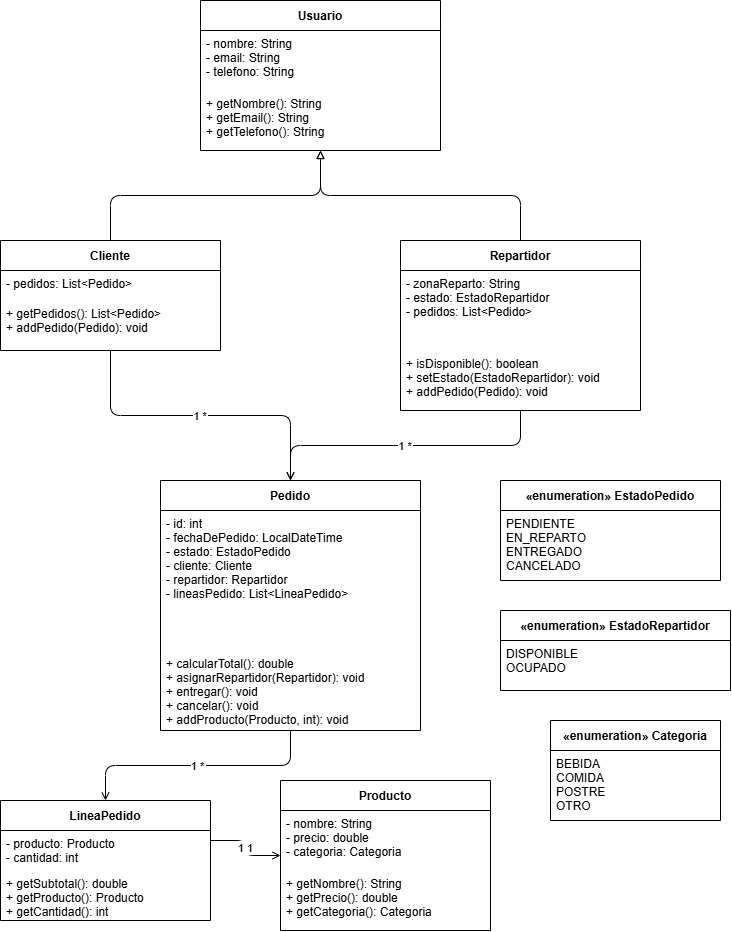
Earlier version of the draw.io export EntregaIDE_INS.drawio.png (isabellanottaro/EntregaIDE). Source tidied: cells renumbered, new cells last; positions are measured from the earlier drawing's top-left corner, leaving out a move shared by most shapes. The source it was exported from:
```xml
<mxGraphModel>
  <root>
    <mxCell id="0" />
    <mxCell id="1" parent="0" />
    <mxCell id="2" value="Usuario" style="swimlane;startSize=30;fontStyle=1;" parent="1" vertex="1">
      <mxGeometry x="200" width="240" height="150" as="geometry" />
    </mxCell>
    <mxCell id="3" value="- nombre: String&#10;- email: String&#10;- telefono: String" style="text;align=left;spacingLeft=4;" parent="2" vertex="1">
      <mxGeometry y="30" width="240" height="60" as="geometry" />
    </mxCell>
    <mxCell id="4" value="+ getNombre(): String&#10;+ getEmail(): String&#10;+ getTelefono(): String" style="text;align=left;spacingLeft=4;" parent="2" vertex="1">
      <mxGeometry y="90" width="240" height="40" as="geometry" />
    </mxCell>
    <mxCell id="5" value="Cliente" style="swimlane;startSize=30;" parent="1" vertex="1">
      <mxGeometry y="240" width="220" height="110" as="geometry" />
    </mxCell>
    <mxCell id="6" value="- pedidos: List&lt;Pedido&gt;" style="text;align=left;spacingLeft=4;" parent="5" vertex="1">
      <mxGeometry y="30" width="220" height="30" as="geometry" />
    </mxCell>
    <mxCell id="7" value="+ getPedidos(): List&lt;Pedido&gt;&#10;+ addPedido(Pedido): void" style="text;align=left;spacingLeft=4;" parent="5" vertex="1">
      <mxGeometry y="60" width="220" height="50" as="geometry" />
    </mxCell>
    <mxCell id="8" value="Repartidor" style="swimlane;startSize=30;" parent="1" vertex="1">
      <mxGeometry x="400" y="240" width="240" height="170" as="geometry" />
    </mxCell>
    <mxCell id="9" value="- zonaReparto: String&#10;- estado: EstadoRepartidor&#10;- pedidos: List&lt;Pedido&gt;" style="text;align=left;spacingLeft=4;" parent="8" vertex="1">
      <mxGeometry y="30" width="240" height="60" as="geometry" />
    </mxCell>
    <mxCell id="10" value="+ isDisponible(): boolean&#10;+ setEstado(EstadoRepartidor): void&#10;+ addPedido(Pedido): void" style="text;align=left;spacingLeft=4;" parent="8" vertex="1">
      <mxGeometry y="110" width="240" height="60" as="geometry" />
    </mxCell>
    <mxCell id="11" value="Pedido" style="swimlane;startSize=30;" parent="1" vertex="1">
      <mxGeometry x="160" y="480" width="260" height="250" as="geometry" />
    </mxCell>
    <mxCell id="12" value="- id: int&#10;- fechaDePedido: LocalDateTime&#10;- estado: EstadoPedido&#10;- cliente: Cliente&#10;- repartidor: Repartidor&#10;- lineasPedido: List&lt;LineaPedido&gt;" style="text;align=left;spacingLeft=4;" parent="11" vertex="1">
      <mxGeometry y="30" width="260" height="100" as="geometry" />
    </mxCell>
    <mxCell id="13" value="+ calcularTotal(): double&#10;+ asignarRepartidor(Repartidor): void&#10;+ entregar(): void&#10;+ cancelar(): void&#10;+ addProducto(Producto, int): void" style="text;align=left;spacingLeft=4;" parent="11" vertex="1">
      <mxGeometry y="170" width="260" height="80" as="geometry" />
    </mxCell>
    <mxCell id="14" value="LineaPedido" style="swimlane;startSize=30;" parent="1" vertex="1">
      <mxGeometry y="800" width="210" height="120" as="geometry" />
    </mxCell>
    <mxCell id="15" value="- producto: Producto&#10;- cantidad: int" style="text;align=left;spacingLeft=4;" parent="14" vertex="1">
      <mxGeometry y="30" width="210" height="40" as="geometry" />
    </mxCell>
    <mxCell id="16" value="+ getSubtotal(): double&#10;+ getProducto(): Producto&#10;+ getCantidad(): int" style="text;align=left;spacingLeft=4;" parent="14" vertex="1">
      <mxGeometry y="70" width="210" height="50" as="geometry" />
    </mxCell>
    <mxCell id="17" value="Producto" style="swimlane;startSize=30;" parent="1" vertex="1">
      <mxGeometry x="280" y="780" width="210" height="150" as="geometry" />
    </mxCell>
    <mxCell id="18" value="- nombre: String&#10;- precio: double&#10;- categoria: Categoria" style="text;align=left;spacingLeft=4;" parent="17" vertex="1">
      <mxGeometry y="30" width="210" height="60" as="geometry" />
    </mxCell>
    <mxCell id="19" value="+ getNombre(): String&#10;+ getPrecio(): double&#10;+ getCategoria(): Categoria" style="text;align=left;spacingLeft=4;" parent="17" vertex="1">
      <mxGeometry y="90" width="210" height="60" as="geometry" />
    </mxCell>
    <mxCell id="20" value="«enumeration» EstadoPedido" style="swimlane;startSize=30;" parent="1" vertex="1">
      <mxGeometry x="500" y="480" width="220" height="100" as="geometry" />
    </mxCell>
    <mxCell id="21" value="PENDIENTE&#10;EN_REPARTO&#10;ENTREGADO&#10;CANCELADO" style="text;align=left;spacingLeft=4;" parent="20" vertex="1">
      <mxGeometry y="30" width="170" height="70" as="geometry" />
    </mxCell>
    <mxCell id="22" value="«enumeration» EstadoRepartidor" style="swimlane;startSize=30;" parent="1" vertex="1">
      <mxGeometry x="500" y="610" width="230" height="80" as="geometry" />
    </mxCell>
    <mxCell id="23" value="DISPONIBLE&#10;OCUPADO" style="text;align=left;spacingLeft=4;" parent="22" vertex="1">
      <mxGeometry y="30" width="170" height="50" as="geometry" />
    </mxCell>
    <mxCell id="24" value="«enumeration» Categoria" style="swimlane;startSize=30;" parent="1" vertex="1">
      <mxGeometry x="550" y="720" width="170" height="100" as="geometry" />
    </mxCell>
    <mxCell id="25" value="BEBIDA&#10;COMIDA&#10;POSTRE&#10;OTRO" style="text;align=left;spacingLeft=4;" parent="24" vertex="1">
      <mxGeometry y="30" width="170" height="70" as="geometry" />
    </mxCell>
    <mxCell id="26" style="edgeStyle=orthogonalEdgeStyle;endArrow=block;endFill=0;" parent="1" edge="1" source="5" target="2">
      <mxGeometry relative="1" as="geometry" />
    </mxCell>
    <mxCell id="27" style="edgeStyle=orthogonalEdgeStyle;endArrow=block;endFill=0;" parent="1" edge="1" source="8" target="2">
      <mxGeometry relative="1" as="geometry" />
    </mxCell>
    <mxCell id="28" value="1       *" style="edgeStyle=orthogonalEdgeStyle;endArrow=open;endFill=0;" parent="1" edge="1" source="5" target="11">
      <mxGeometry relative="1" as="geometry" />
    </mxCell>
    <mxCell id="29" value="1       *" style="edgeStyle=orthogonalEdgeStyle;endArrow=open;endFill=0;" parent="1" edge="1" source="8" target="11">
      <mxGeometry relative="1" as="geometry" />
    </mxCell>
    <mxCell id="30" value="1       *" style="edgeStyle=orthogonalEdgeStyle;endArrow=open;startArrow=ERmanyToOne;startFill=1;" parent="1" edge="1" source="11" target="14">
      <mxGeometry relative="1" as="geometry" />
    </mxCell>
    <mxCell id="31" value="1       1" style="edgeStyle=orthogonalEdgeStyle;endArrow=open;endFill=0;" parent="1" edge="1" target="17">
      <mxGeometry relative="1" as="geometry">
        <mxPoint x="210" y="840" as="sourcePoint" />
      </mxGeometry>
    </mxCell>
  </root>
</mxGraphModel>
```
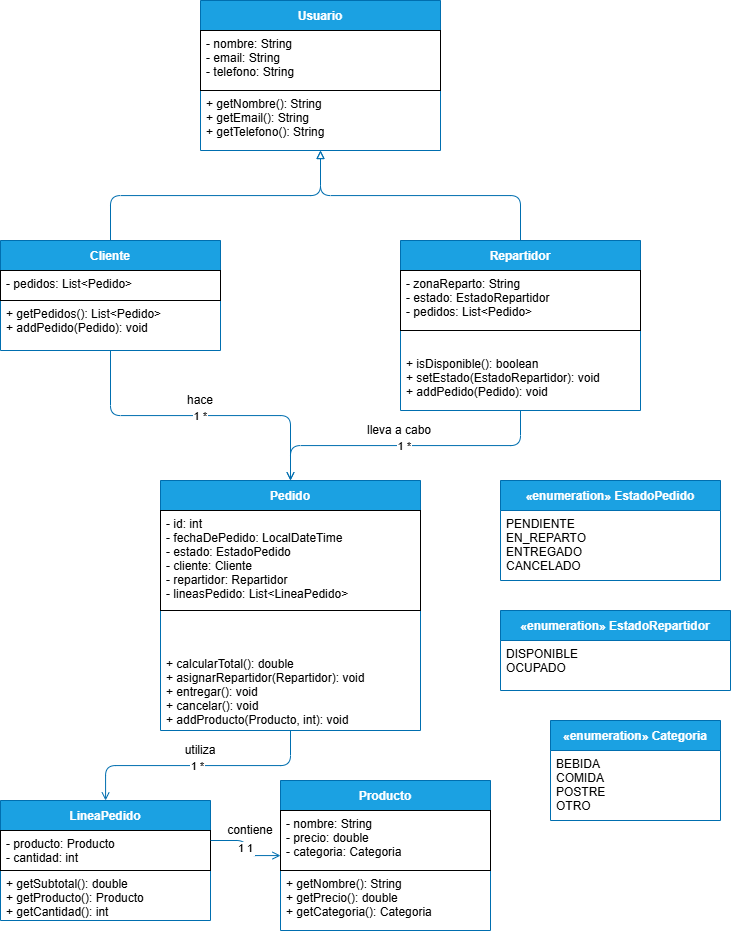
The same file after the commit.

Commit message:
actualizacion diagrama clases

Diff of the diagram source:
```diff
@@ -2,97 +2,109 @@
   <root>
     <mxCell id="0" />
     <mxCell id="1" parent="0" />
-    <mxCell id="2" value="Usuario" style="swimlane;startSize=30;fontStyle=1;" parent="1" vertex="1">
+    <mxCell id="2" value="Usuario" style="swimlane;startSize=30;fontStyle=1;fillColor=#1ba1e2;fontColor=#ffffff;strokeColor=#006EAF;" parent="1" vertex="1">
       <mxGeometry x="200" width="240" height="150" as="geometry" />
     </mxCell>
-    <mxCell id="3" value="- nombre: String&#10;- email: String&#10;- telefono: String" style="text;align=left;spacingLeft=4;" parent="2" vertex="1">
+    <mxCell id="3" value="- nombre: String&#10;- email: String&#10;- telefono: String" style="text;align=left;spacingLeft=4;strokeColor=default;" parent="2" vertex="1">
       <mxGeometry y="30" width="240" height="60" as="geometry" />
     </mxCell>
     <mxCell id="4" value="+ getNombre(): String&#10;+ getEmail(): String&#10;+ getTelefono(): String" style="text;align=left;spacingLeft=4;" parent="2" vertex="1">
       <mxGeometry y="90" width="240" height="40" as="geometry" />
     </mxCell>
-    <mxCell id="5" value="Cliente" style="swimlane;startSize=30;" parent="1" vertex="1">
+    <mxCell id="5" value="Cliente" style="swimlane;startSize=30;fillColor=#1ba1e2;fontColor=#ffffff;strokeColor=#006EAF;" parent="1" vertex="1">
       <mxGeometry y="240" width="220" height="110" as="geometry" />
     </mxCell>
-    <mxCell id="6" value="- pedidos: List&lt;Pedido&gt;" style="text;align=left;spacingLeft=4;" parent="5" vertex="1">
+    <mxCell id="6" value="- pedidos: List&lt;Pedido&gt;" style="text;align=left;spacingLeft=4;strokeColor=default;" parent="5" vertex="1">
       <mxGeometry y="30" width="220" height="30" as="geometry" />
     </mxCell>
     <mxCell id="7" value="+ getPedidos(): List&lt;Pedido&gt;&#10;+ addPedido(Pedido): void" style="text;align=left;spacingLeft=4;" parent="5" vertex="1">
       <mxGeometry y="60" width="220" height="50" as="geometry" />
     </mxCell>
-    <mxCell id="8" value="Repartidor" style="swimlane;startSize=30;" parent="1" vertex="1">
+    <mxCell id="8" value="Repartidor" style="swimlane;startSize=30;fillColor=#1ba1e2;fontColor=#ffffff;strokeColor=#006EAF;" parent="1" vertex="1">
       <mxGeometry x="400" y="240" width="240" height="170" as="geometry" />
     </mxCell>
-    <mxCell id="9" value="- zonaReparto: String&#10;- estado: EstadoRepartidor&#10;- pedidos: List&lt;Pedido&gt;" style="text;align=left;spacingLeft=4;" parent="8" vertex="1">
+    <mxCell id="9" value="- zonaReparto: String&#10;- estado: EstadoRepartidor&#10;- pedidos: List&lt;Pedido&gt;" style="text;align=left;spacingLeft=4;strokeColor=default;" parent="8" vertex="1">
       <mxGeometry y="30" width="240" height="60" as="geometry" />
     </mxCell>
     <mxCell id="10" value="+ isDisponible(): boolean&#10;+ setEstado(EstadoRepartidor): void&#10;+ addPedido(Pedido): void" style="text;align=left;spacingLeft=4;" parent="8" vertex="1">
       <mxGeometry y="110" width="240" height="60" as="geometry" />
     </mxCell>
-    <mxCell id="11" value="Pedido" style="swimlane;startSize=30;" parent="1" vertex="1">
+    <mxCell id="11" value="Pedido" style="swimlane;startSize=30;fillColor=#1ba1e2;fontColor=#ffffff;strokeColor=#006EAF;" parent="1" vertex="1">
       <mxGeometry x="160" y="480" width="260" height="250" as="geometry" />
     </mxCell>
-    <mxCell id="12" value="- id: int&#10;- fechaDePedido: LocalDateTime&#10;- estado: EstadoPedido&#10;- cliente: Cliente&#10;- repartidor: Repartidor&#10;- lineasPedido: List&lt;LineaPedido&gt;" style="text;align=left;spacingLeft=4;" parent="11" vertex="1">
+    <mxCell id="12" value="- id: int&#10;- fechaDePedido: LocalDateTime&#10;- estado: EstadoPedido&#10;- cliente: Cliente&#10;- repartidor: Repartidor&#10;- lineasPedido: List&lt;LineaPedido&gt;" style="text;align=left;spacingLeft=4;strokeColor=default;" parent="11" vertex="1">
       <mxGeometry y="30" width="260" height="100" as="geometry" />
     </mxCell>
     <mxCell id="13" value="+ calcularTotal(): double&#10;+ asignarRepartidor(Repartidor): void&#10;+ entregar(): void&#10;+ cancelar(): void&#10;+ addProducto(Producto, int): void" style="text;align=left;spacingLeft=4;" parent="11" vertex="1">
       <mxGeometry y="170" width="260" height="80" as="geometry" />
     </mxCell>
-    <mxCell id="14" value="LineaPedido" style="swimlane;startSize=30;" parent="1" vertex="1">
+    <mxCell id="14" value="LineaPedido" style="swimlane;startSize=30;fillColor=#1ba1e2;fontColor=#ffffff;strokeColor=#006EAF;" parent="1" vertex="1">
       <mxGeometry y="800" width="210" height="120" as="geometry" />
     </mxCell>
-    <mxCell id="15" value="- producto: Producto&#10;- cantidad: int" style="text;align=left;spacingLeft=4;" parent="14" vertex="1">
+    <mxCell id="15" value="- producto: Producto&#10;- cantidad: int" style="text;align=left;spacingLeft=4;strokeColor=default;" parent="14" vertex="1">
       <mxGeometry y="30" width="210" height="40" as="geometry" />
     </mxCell>
     <mxCell id="16" value="+ getSubtotal(): double&#10;+ getProducto(): Producto&#10;+ getCantidad(): int" style="text;align=left;spacingLeft=4;" parent="14" vertex="1">
       <mxGeometry y="70" width="210" height="50" as="geometry" />
     </mxCell>
-    <mxCell id="17" value="Producto" style="swimlane;startSize=30;" parent="1" vertex="1">
+    <mxCell id="17" value="Producto" style="swimlane;startSize=30;fillColor=#1ba1e2;fontColor=#ffffff;strokeColor=#006EAF;" parent="1" vertex="1">
       <mxGeometry x="280" y="780" width="210" height="150" as="geometry" />
     </mxCell>
-    <mxCell id="18" value="- nombre: String&#10;- precio: double&#10;- categoria: Categoria" style="text;align=left;spacingLeft=4;" parent="17" vertex="1">
+    <mxCell id="18" value="- nombre: String&#10;- precio: double&#10;- categoria: Categoria" style="text;align=left;spacingLeft=4;strokeColor=default;" parent="17" vertex="1">
       <mxGeometry y="30" width="210" height="60" as="geometry" />
     </mxCell>
     <mxCell id="19" value="+ getNombre(): String&#10;+ getPrecio(): double&#10;+ getCategoria(): Categoria" style="text;align=left;spacingLeft=4;" parent="17" vertex="1">
       <mxGeometry y="90" width="210" height="60" as="geometry" />
     </mxCell>
-    <mxCell id="20" value="«enumeration» EstadoPedido" style="swimlane;startSize=30;" parent="1" vertex="1">
+    <mxCell id="20" value="«enumeration» EstadoPedido" style="swimlane;startSize=30;fillColor=#1ba1e2;fontColor=#ffffff;strokeColor=#006EAF;" parent="1" vertex="1">
       <mxGeometry x="500" y="480" width="220" height="100" as="geometry" />
     </mxCell>
     <mxCell id="21" value="PENDIENTE&#10;EN_REPARTO&#10;ENTREGADO&#10;CANCELADO" style="text;align=left;spacingLeft=4;" parent="20" vertex="1">
       <mxGeometry y="30" width="170" height="70" as="geometry" />
     </mxCell>
-    <mxCell id="22" value="«enumeration» EstadoRepartidor" style="swimlane;startSize=30;" parent="1" vertex="1">
+    <mxCell id="22" value="«enumeration» EstadoRepartidor" style="swimlane;startSize=30;fillColor=#1ba1e2;fontColor=#ffffff;strokeColor=#006EAF;" parent="1" vertex="1">
       <mxGeometry x="500" y="610" width="230" height="80" as="geometry" />
     </mxCell>
     <mxCell id="23" value="DISPONIBLE&#10;OCUPADO" style="text;align=left;spacingLeft=4;" parent="22" vertex="1">
       <mxGeometry y="30" width="170" height="50" as="geometry" />
     </mxCell>
-    <mxCell id="24" value="«enumeration» Categoria" style="swimlane;startSize=30;" parent="1" vertex="1">
+    <mxCell id="24" value="«enumeration» Categoria" style="swimlane;startSize=30;fillColor=#1ba1e2;fontColor=#ffffff;strokeColor=#006EAF;" parent="1" vertex="1">
       <mxGeometry x="550" y="720" width="170" height="100" as="geometry" />
     </mxCell>
     <mxCell id="25" value="BEBIDA&#10;COMIDA&#10;POSTRE&#10;OTRO" style="text;align=left;spacingLeft=4;" parent="24" vertex="1">
       <mxGeometry y="30" width="170" height="70" as="geometry" />
     </mxCell>
-    <mxCell id="26" style="edgeStyle=orthogonalEdgeStyle;endArrow=block;endFill=0;" parent="1" edge="1" source="5" target="2">
+    <mxCell id="26" style="edgeStyle=orthogonalEdgeStyle;endArrow=block;endFill=0;fillColor=#1ba1e2;strokeColor=#006EAF;" parent="1" edge="1" source="5" target="2">
       <mxGeometry relative="1" as="geometry" />
     </mxCell>
-    <mxCell id="27" style="edgeStyle=orthogonalEdgeStyle;endArrow=block;endFill=0;" parent="1" edge="1" source="8" target="2">
+    <mxCell id="27" style="edgeStyle=orthogonalEdgeStyle;endArrow=block;endFill=0;fillColor=#1ba1e2;strokeColor=#006EAF;" parent="1" edge="1" source="8" target="2">
       <mxGeometry relative="1" as="geometry" />
     </mxCell>
-    <mxCell id="28" value="1       *" style="edgeStyle=orthogonalEdgeStyle;endArrow=open;endFill=0;" parent="1" edge="1" source="5" target="11">
+    <mxCell id="28" value="1       *" style="edgeStyle=orthogonalEdgeStyle;endArrow=open;endFill=0;fillColor=#1ba1e2;strokeColor=#006EAF;" parent="1" edge="1" source="5" target="11">
       <mxGeometry relative="1" as="geometry" />
     </mxCell>
-    <mxCell id="29" value="1       *" style="edgeStyle=orthogonalEdgeStyle;endArrow=open;endFill=0;" parent="1" edge="1" source="8" target="11">
+    <mxCell id="29" value="1       *" style="edgeStyle=orthogonalEdgeStyle;endArrow=open;endFill=0;fillColor=#1ba1e2;strokeColor=#006EAF;" parent="1" edge="1" source="8" target="11">
       <mxGeometry relative="1" as="geometry" />
     </mxCell>
-    <mxCell id="30" value="1       *" style="edgeStyle=orthogonalEdgeStyle;endArrow=open;startArrow=ERmanyToOne;startFill=1;" parent="1" edge="1" source="11" target="14">
+    <mxCell id="30" value="1       *" style="edgeStyle=orthogonalEdgeStyle;endArrow=open;startArrow=ERmanyToOne;startFill=1;fillColor=#1ba1e2;strokeColor=#006EAF;" parent="1" edge="1" source="11" target="14">
       <mxGeometry relative="1" as="geometry" />
     </mxCell>
-    <mxCell id="31" value="1       1" style="edgeStyle=orthogonalEdgeStyle;endArrow=open;endFill=0;" parent="1" edge="1" target="17">
+    <mxCell id="31" value="1       1" style="edgeStyle=orthogonalEdgeStyle;endArrow=open;endFill=0;fillColor=#1ba1e2;strokeColor=#006EAF;" parent="1" edge="1" target="17">
       <mxGeometry relative="1" as="geometry">
         <mxPoint x="210" y="840" as="sourcePoint" />
       </mxGeometry>
     </mxCell>
+    <mxCell id="32" value="hace" style="text;html=1;whiteSpace=wrap;strokeColor=none;fillColor=none;align=center;verticalAlign=middle;rounded=0;" parent="1" vertex="1">
+      <mxGeometry x="170" y="380" width="60" height="40" as="geometry" />
+    </mxCell>
+    <mxCell id="33" value="lleva a cabo" style="text;html=1;whiteSpace=wrap;strokeColor=none;fillColor=none;align=center;verticalAlign=middle;rounded=0;" parent="1" vertex="1">
+      <mxGeometry x="354" y="410" width="90" height="40" as="geometry" />
+    </mxCell>
+    <mxCell id="34" value="utiliza" style="text;html=1;whiteSpace=wrap;strokeColor=none;fillColor=none;align=center;verticalAlign=middle;rounded=0;" parent="1" vertex="1">
+      <mxGeometry x="170" y="730" width="60" height="40" as="geometry" />
+    </mxCell>
+    <mxCell id="35" value="contiene" style="text;html=1;whiteSpace=wrap;strokeColor=none;fillColor=none;align=center;verticalAlign=middle;rounded=0;" parent="1" vertex="1">
+      <mxGeometry x="220" y="810" width="60" height="40" as="geometry" />
+    </mxCell>
   </root>
 </mxGraphModel>
```
